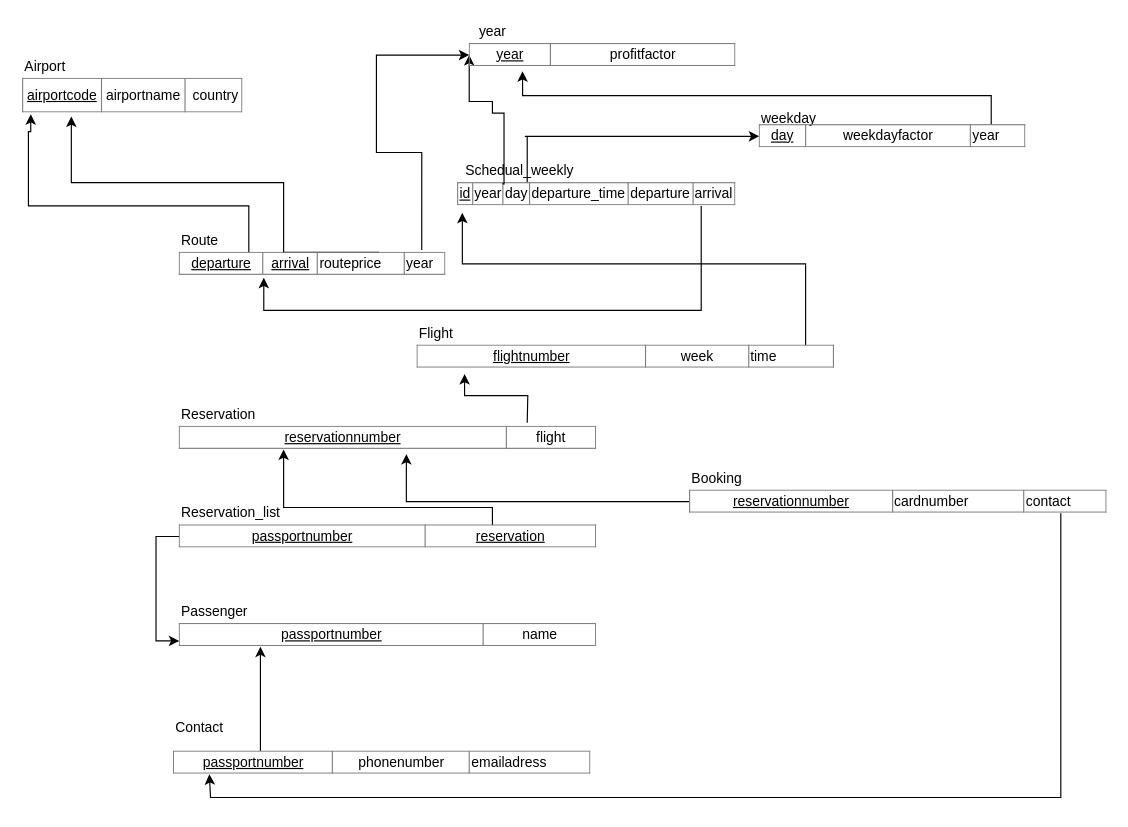
The draw.io diagram lab4/4a_RelationSchema.drawio in chrha/tddd37, before the edit. Source tidied: cells renumbered, new cells numbered last; positions are measured from the earlier drawing's top-left corner, leaving out a move shared by most shapes. Both pictures are drawn from the tidied source at 116%, with x=0, y=0 at pixel (22, 20).
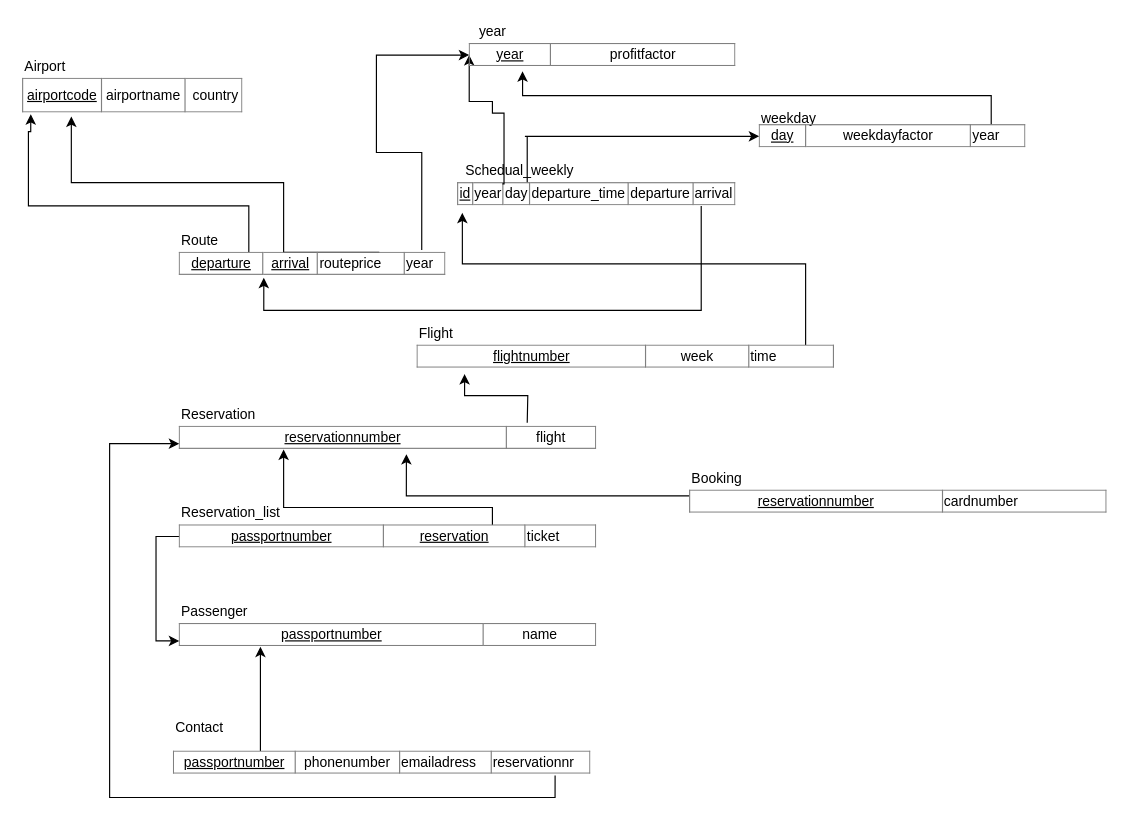
The same page after the edit.

Unchanged cells that the change refers to:
```xml
<mxCell id="20" value="&lt;table border=&quot;1&quot; width=&quot;100%&quot; style=&quot;width: 100% ; height: 100% ; border-collapse: collapse&quot;&gt;&lt;tbody&gt;&lt;tr&gt;&lt;td align=&quot;center&quot;&gt;&lt;u&gt;reservationnumber&lt;/u&gt;&lt;/td&gt;&lt;td align=&quot;center&quot;&gt;flight&lt;/td&gt;&lt;/tr&gt;&lt;/tbody&gt;&lt;/table&gt;" style="text;html=1;strokeColor=none;fillColor=none;overflow=fill;" parent="1" vertex="1">
  <mxGeometry x="135" y="350" width="360" height="20" as="geometry" />
</mxCell>
```

What changed in the source:
```diff
@@
-    <mxCell id="24" value="&lt;table style=&quot;width: 100% ; height: 100% ; border-collapse: collapse&quot; width=&quot;100%&quot; border=&quot;1&quot;&gt;&lt;tbody&gt;&lt;tr&gt;&lt;td align=&quot;center&quot;&gt;&lt;u&gt;passportnumber&lt;/u&gt;&lt;/td&gt;&lt;td align=&quot;center&quot;&gt;&lt;u&gt;reservation&lt;/u&gt;&lt;/td&gt;&lt;/tr&gt;&lt;/tbody&gt;&lt;/table&gt;" style="text;html=1;strokeColor=none;fillColor=none;overflow=fill;" parent="1" vertex="1">
+    <mxCell id="24" value="&lt;table style=&quot;width: 100% ; height: 100% ; border-collapse: collapse&quot; width=&quot;100%&quot; border=&quot;1&quot;&gt;&lt;tbody&gt;&lt;tr&gt;&lt;td align=&quot;center&quot;&gt;&lt;u&gt;passportnumber&lt;/u&gt;&lt;/td&gt;&lt;td align=&quot;center&quot;&gt;&lt;u&gt;reservation&lt;/u&gt;&lt;/td&gt;&lt;td&gt;ticket&lt;br&gt;&lt;/td&gt;&lt;/tr&gt;&lt;/tbody&gt;&lt;/table&gt;" style="text;html=1;strokeColor=none;fillColor=none;overflow=fill;" parent="1" vertex="1">
       <mxGeometry x="135" y="435" width="360" height="20" as="geometry" />
     </mxCell>
@@
+    <mxCell id="38" style="edgeStyle=orthogonalEdgeStyle;rounded=0;jettySize=auto;html=1;exitX=0.914;exitY=1.05;exitDx=0;exitDy=0;exitPerimeter=0;entryX=0;entryY=0.75;entryDx=0;entryDy=0;" parent="1" edge="1" source="29" target="20">
+      <mxGeometry relative="1" as="geometry">
+        <Array as="points">
+          <mxPoint x="459" y="670" />
+          <mxPoint x="75" y="670" />
+          <mxPoint x="75" y="365" />
+        </Array>
+      </mxGeometry>
+    </mxCell>
-    <mxCell id="29" value="&lt;table style=&quot;width: 100% ; height: 100% ; border-collapse: collapse&quot; width=&quot;100%&quot; border=&quot;1&quot;&gt;&lt;tbody&gt;&lt;tr&gt;&lt;td align=&quot;center&quot;&gt;&lt;u&gt;passportnumber&lt;/u&gt;&lt;/td&gt;&lt;td align=&quot;center&quot;&gt;phonenumber&lt;/td&gt;&lt;td&gt;emailadress&lt;/td&gt;&lt;/tr&gt;&lt;/tbody&gt;&lt;/table&gt;" style="text;html=1;strokeColor=none;fillColor=none;overflow=fill;" parent="1" vertex="1">
+    <mxCell id="29" value="&lt;table style=&quot;width: 100% ; height: 100% ; border-collapse: collapse&quot; width=&quot;100%&quot; border=&quot;1&quot;&gt;&lt;tbody&gt;&lt;tr&gt;&lt;td align=&quot;center&quot;&gt;&lt;u&gt;passportnumber&lt;/u&gt;&lt;/td&gt;&lt;td align=&quot;center&quot;&gt;phonenumber&lt;/td&gt;&lt;td&gt;emailadress&lt;/td&gt;&lt;td&gt;reservationnr&lt;br&gt;&lt;/td&gt;&lt;/tr&gt;&lt;/tbody&gt;&lt;/table&gt;" style="text;html=1;strokeColor=none;fillColor=none;overflow=fill;" parent="1" vertex="1">
       <mxGeometry x="130" y="630" width="360" height="20" as="geometry" />
     </mxCell>
@@
     <mxCell id="31" style="edgeStyle=orthogonalEdgeStyle;rounded=0;jettySize=auto;html=1;entryX=0.544;entryY=1.2;entryDx=0;entryDy=0;entryPerimeter=0;" parent="1" edge="1" source="33" target="20">
-      <mxGeometry relative="1" as="geometry" />
+      <mxGeometry relative="1" as="geometry">
+        <Array as="points">
+          <mxPoint x="331" y="410" />
+        </Array>
+      </mxGeometry>
     </mxCell>
-    <mxCell id="32" style="edgeStyle=orthogonalEdgeStyle;rounded=0;jettySize=auto;html=1;entryX=0.086;entryY=1;entryDx=0;entryDy=0;entryPerimeter=0;" parent="1" edge="1" source="33" target="29">
-      <mxGeometry relative="1" as="geometry">
-        <Array as="points">
-          <mxPoint x="895" y="670" />
-          <mxPoint x="162" y="670" />
-        </Array>
-      </mxGeometry>
-    </mxCell>
-    <mxCell id="33" value="&lt;table style=&quot;width: 100% ; height: 100% ; border-collapse: collapse&quot; width=&quot;100%&quot; border=&quot;1&quot;&gt;&lt;tbody&gt;&lt;tr&gt;&lt;td align=&quot;center&quot;&gt;&lt;u&gt;reservationnumber&lt;/u&gt;&lt;/td&gt;&lt;td&gt;cardnumber&lt;/td&gt;&lt;td&gt;contact&lt;/td&gt;&lt;/tr&gt;&lt;/tbody&gt;&lt;/table&gt;" style="text;html=1;strokeColor=none;fillColor=none;overflow=fill;" parent="1" vertex="1">
+    <mxCell id="33" value="&lt;table style=&quot;width: 100% ; height: 100% ; border-collapse: collapse&quot; width=&quot;100%&quot; border=&quot;1&quot;&gt;&lt;tbody&gt;&lt;tr&gt;&lt;td align=&quot;center&quot;&gt;&lt;u&gt;reservationnumber&lt;/u&gt;&lt;/td&gt;&lt;td&gt;cardnumber&lt;/td&gt;&lt;/tr&gt;&lt;/tbody&gt;&lt;/table&gt;" style="text;html=1;strokeColor=none;fillColor=none;overflow=fill;" parent="1" vertex="1">
       <mxGeometry x="575" y="405" width="360" height="20" as="geometry" />
     </mxCell>
```
